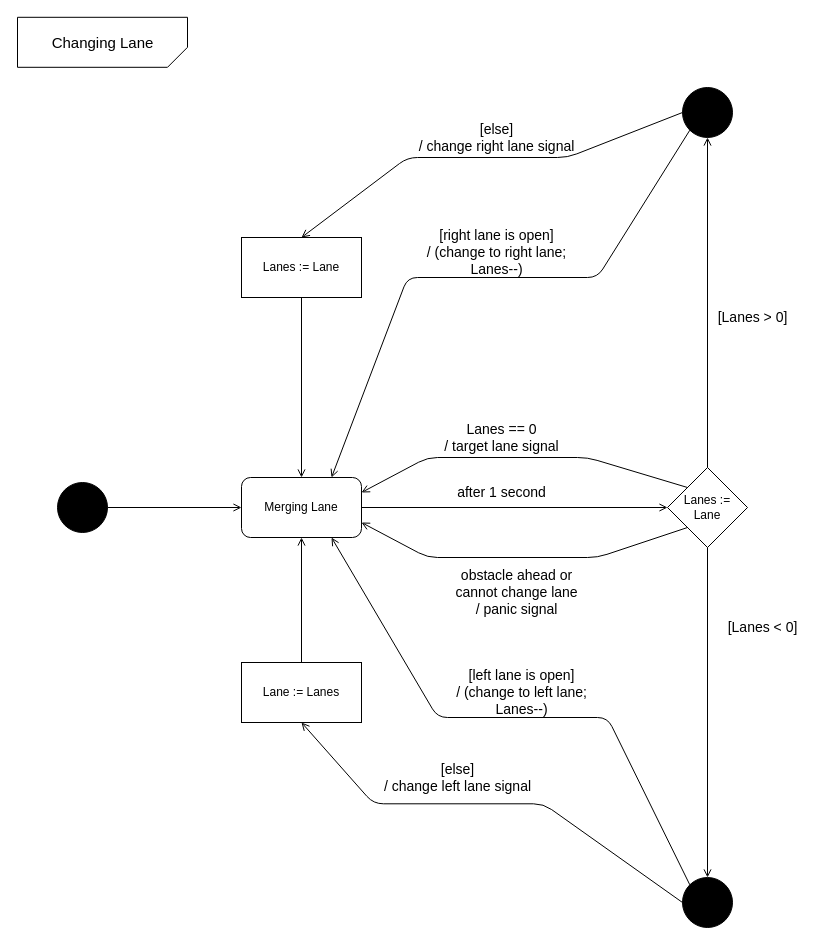
Earlier version of the draw.io diagram page "changing lane" (5 of 5) of state-diagram.drawio (gordonpn/soen331-assignment2). Source tidied: cells renumbered, new cells numbered last; positions are measured from the earlier drawing's top-left corner, leaving out a move shared by most shapes. Both pictures are drawn from the tidied source at 100%, with x=0, y=0 at pixel (17, 17).
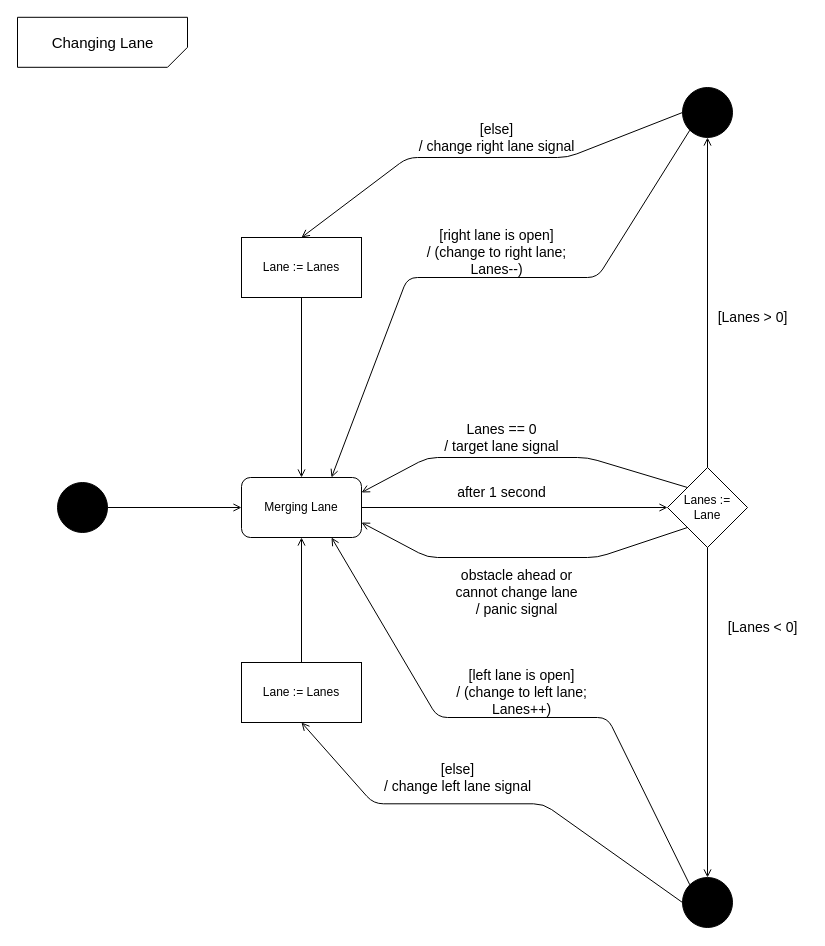
The same page after the edit.

Commit message (it also covers changes not shown here):
final changes: - modified prolog file to reflect modified changing lane UML - typo fixes in UML for changing lane - final PDF to be submitted produced

Change to the diagram source:
```diff
@@
-    <mxCell id="13" value="&lt;span style=&quot;font-size: 14px&quot;&gt;[left lane is open]&lt;br&gt;/ (change to left lane; &lt;br&gt;Lanes--)&lt;br&gt;&lt;/span&gt;" style="text;html=1;align=center;verticalAlign=middle;" parent="1" vertex="1">
+    <mxCell id="13" value="&lt;span style=&quot;font-size: 14px&quot;&gt;[left lane is open]&lt;br&gt;/ (change to left lane; &lt;br&gt;Lanes++)&lt;br&gt;&lt;/span&gt;" style="text;html=1;align=center;verticalAlign=middle;" parent="1" vertex="1">
       <mxGeometry x="429" y="650" width="150" height="50" as="geometry" />
     </mxCell>
@@
-    <mxCell id="24" value="Lanes := Lane" style="rounded=0;whiteSpace=wrap;html=1;" parent="1" vertex="1">
+    <mxCell id="24" value="Lane := Lanes" style="rounded=0;whiteSpace=wrap;html=1;" parent="1" vertex="1">
       <mxGeometry x="224" y="220" width="120" height="60" as="geometry" />
     </mxCell>
```
